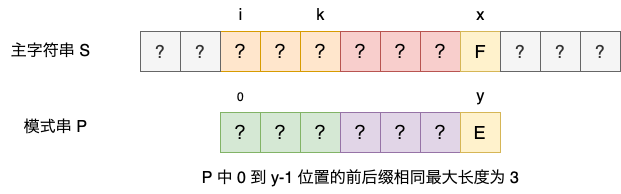
This is algorithm/kmp-4.png from merlotliu/merlotliu-pics, a draw.io export, as it was before one commit. Source tidied: cells renumbered, new cells last; positions are measured from the earlier drawing's top-left corner, leaving out a move shared by most shapes.
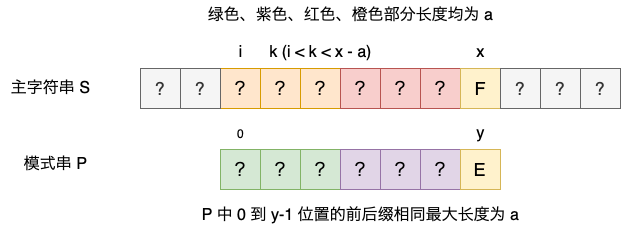
The same diagram one commit later.

Diff of the diagram source:
```diff
@@ -77,11 +77,14 @@
     <mxCell id="26" value="&lt;font style=&quot;font-size: 16px;&quot;&gt;y&lt;/font&gt;" style="text;html=1;align=center;verticalAlign=middle;strokeColor=none;fillColor=none;" parent="1" vertex="1">
       <mxGeometry x="465" y="81" width="30" height="30" as="geometry" />
     </mxCell>
-    <mxCell id="27" value="&lt;font style=&quot;font-size: 16px;&quot;&gt;P 中 0 到 y-1 位置的前后缀相同最大长度为 3&lt;/font&gt;" style="text;html=1;align=center;verticalAlign=middle;strokeColor=none;fillColor=none;" parent="1" vertex="1">
+    <mxCell id="27" value="&lt;font style=&quot;font-size: 16px;&quot;&gt;P 中 0 到 y-1 位置的前后缀相同最大长度为 a&lt;/font&gt;" style="text;html=1;align=center;verticalAlign=middle;strokeColor=none;fillColor=none;" parent="1" vertex="1">
       <mxGeometry x="190" y="163" width="340" height="30" as="geometry" />
     </mxCell>
-    <mxCell id="28" value="&lt;font size=&quot;3&quot;&gt;k&lt;/font&gt;" style="text;html=1;align=center;verticalAlign=middle;strokeColor=none;fillColor=none;" parent="1" vertex="1">
-      <mxGeometry x="305" width="30" height="30" as="geometry" />
+    <mxCell id="28" value="&lt;font style=&quot;font-size: 16px;&quot;&gt;k (i&amp;nbsp;&amp;lt; k &amp;lt; x - a)&lt;/font&gt;" style="text;html=1;align=center;verticalAlign=middle;strokeColor=none;fillColor=none;" parent="1" vertex="1">
+      <mxGeometry x="255" width="130" height="30" as="geometry" />
     </mxCell>
+    <mxCell id="29" value="&lt;font size=&quot;3&quot;&gt;绿色、紫色、红色、橙色部分长度均为 a&lt;/font&gt;" style="text;html=1;align=center;verticalAlign=middle;strokeColor=none;fillColor=none;" parent="1" vertex="1">
+      <mxGeometry x="195" y="-37" width="310" height="30" as="geometry" />
+    </mxCell>
   </root>
 </mxGraphModel>
```
